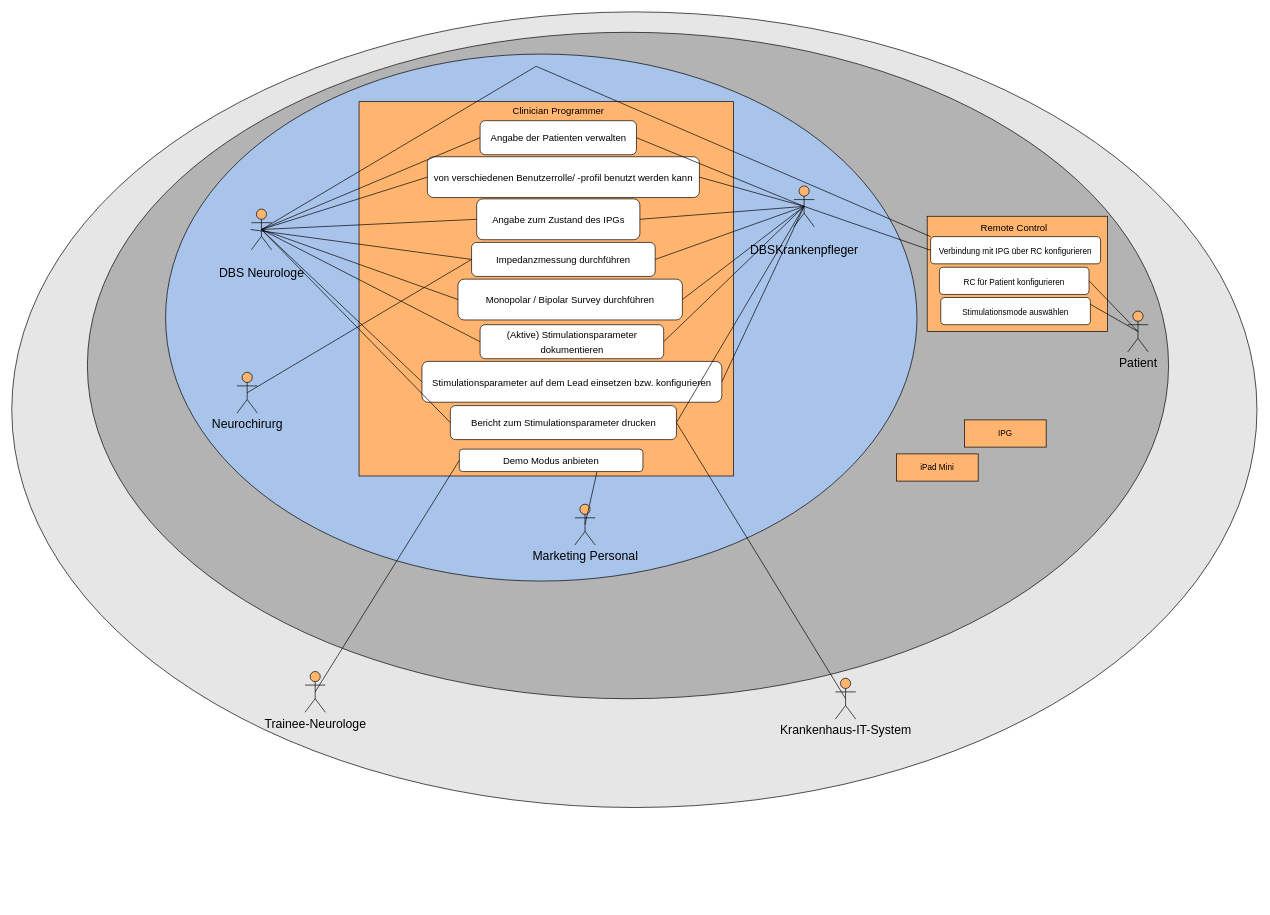
mesyamaureen/requirements-eng-uebungen keeps this draw.io diagram as Kontextdiagramm-uebung01.drawio. Above is the earlier version. Source tidied: cells renumbered, new cells numbered last; positions are measured from the earlier drawing's top-left corner, leaving out a move shared by most shapes. Both pictures are drawn from the tidied source at 68%, with x=0, y=0 at pixel (12, 12).
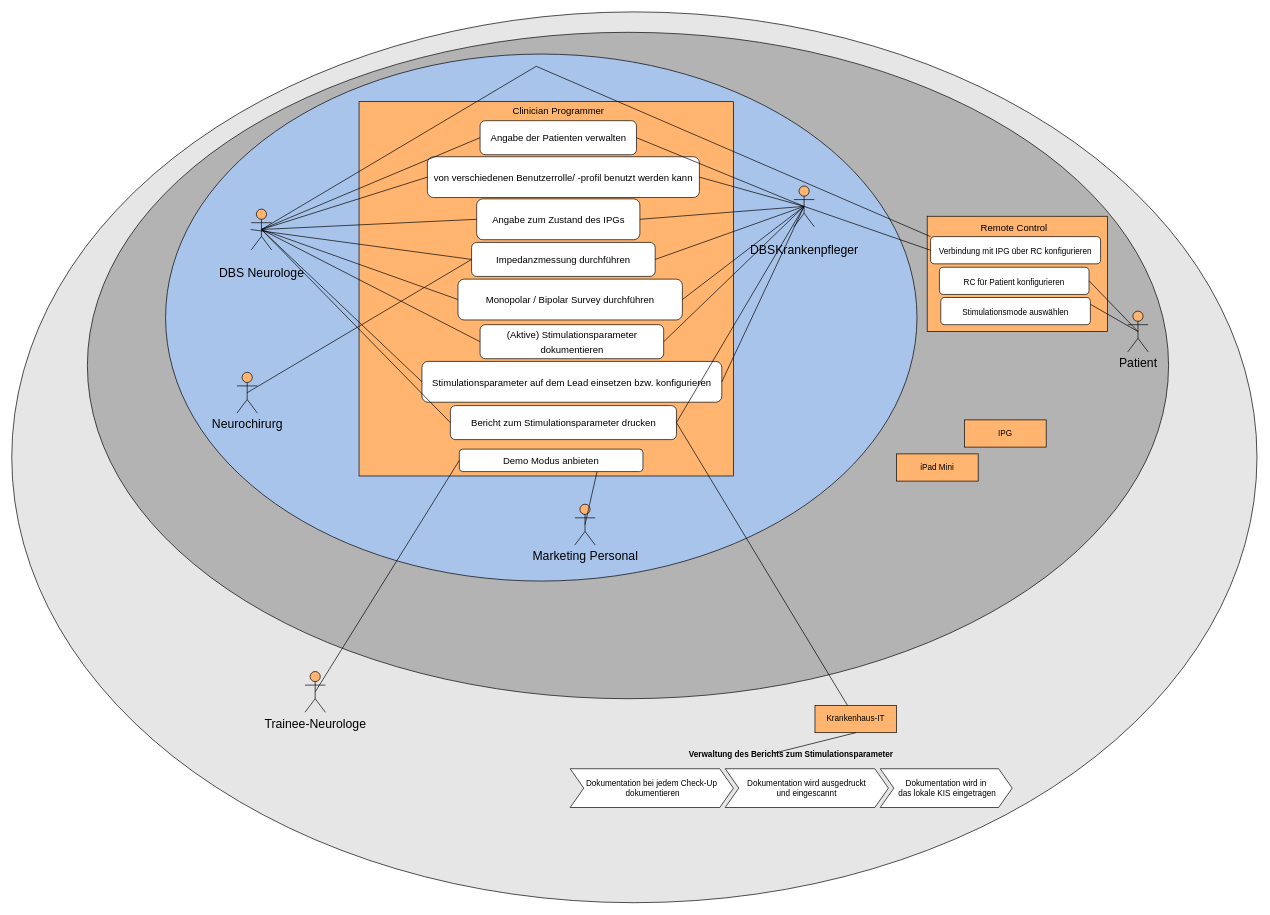
After the change.

The change refers to these unchanged cells:
```xml
<mxCell id="38" value="&lt;font&gt;&lt;font style=&quot;font-size: 14px&quot;&gt;Bericht zum Stimulationsparameter drucken&lt;/font&gt;&lt;br&gt;&lt;/font&gt;" style="rounded=1;whiteSpace=wrap;html=1;fontSize=18;fillColor=#FFFFFF;" parent="1" vertex="1">
  <mxGeometry x="644.8" y="579" width="332.5" height="50" as="geometry" />
</mxCell>
```

The edit, as a diff of the source:
```diff
@@
     <mxCell id="2" style="ellipse;whiteSpace=wrap;html=1;fillColor=#E6E6E6;" parent="1" vertex="1">
-      <mxGeometry x="-0.2" width="1831.2" height="1170" as="geometry" />
+      <mxGeometry x="-0.2" width="1831.2" height="1310" as="geometry" />
     </mxCell>
@@
-    <mxCell id="9" value="Krankenhaus-IT-System" style="shape=umlActor;verticalLabelPosition=bottom;verticalAlign=top;html=1;outlineConnect=0;fontSize=18;fillColor=#FFB570;" parent="1" vertex="1">
-      <mxGeometry x="1211" y="980" width="30" height="60" as="geometry" />
-    </mxCell>
@@
-    <mxCell id="41" style="endArrow=none;html=1;rounded=0;fontSize=14;exitX=0.5;exitY=0.5;exitDx=0;exitDy=0;exitPerimeter=0;entryX=1;entryY=0.5;entryDx=0;entryDy=0;" parent="1" edge="1" source="9" target="38">
-      <mxGeometry relative="1" as="geometry" />
-    </mxCell>
@@
+    <mxCell id="54" value="Verwaltung des Berichts zum Stimulationsparameter" style="swimlane;horizontal=1;fillColor=none;strokeColor=none;stackBorder=10;align=center;fontColor=#000000;" parent="1" vertex="1">
+      <mxGeometry x="811" y="1080" width="670" height="100" as="geometry" />
+    </mxCell>
+    <mxCell id="55" value="Dokumentation bei jedem Check-Up&#10; dokumentieren" style="shape=step;perimeter=stepPerimeter;fixedSize=1;" parent="54" vertex="1">
+      <mxGeometry x="10" y="33" width="240" height="57" as="geometry" />
+    </mxCell>
+    <mxCell id="56" value="Dokumentation wird ausgedruckt &#10;und eingescannt" style="shape=step;perimeter=stepPerimeter;fixedSize=1;" parent="54" vertex="1">
+      <mxGeometry x="238" y="33" width="240" height="57" as="geometry" />
+    </mxCell>
+    <mxCell id="57" value="Dokumentation wird in&#10; das lokale KIS eingetragen" style="shape=step;perimeter=stepPerimeter;fixedSize=1;" parent="54" vertex="1">
+      <mxGeometry x="466" y="33" width="194" height="57" as="geometry" />
+    </mxCell>
+    <mxCell id="58" value="Krankenhaus-IT" style="rounded=0;whiteSpace=wrap;html=1;fontSize=12;fillColor=#FFB570;" parent="1" vertex="1">
+      <mxGeometry x="1181" y="1020" width="120" height="40" as="geometry" />
+    </mxCell>
+    <mxCell id="59" style="endArrow=none;html=1;rounded=0;fontSize=14;entryX=1;entryY=0.5;entryDx=0;entryDy=0;" parent="1" edge="1" source="58" target="38">
+      <mxGeometry relative="1" as="geometry" />
+    </mxCell>
+    <mxCell id="60" style="endArrow=none;html=1;rounded=0;fontSize=14;exitX=0.5;exitY=1;exitDx=0;exitDy=0;" parent="1" edge="1" source="58">
+      <mxGeometry relative="1" as="geometry">
+        <mxPoint x="1121" y="1090" as="targetPoint" />
+      </mxGeometry>
+    </mxCell>
```
